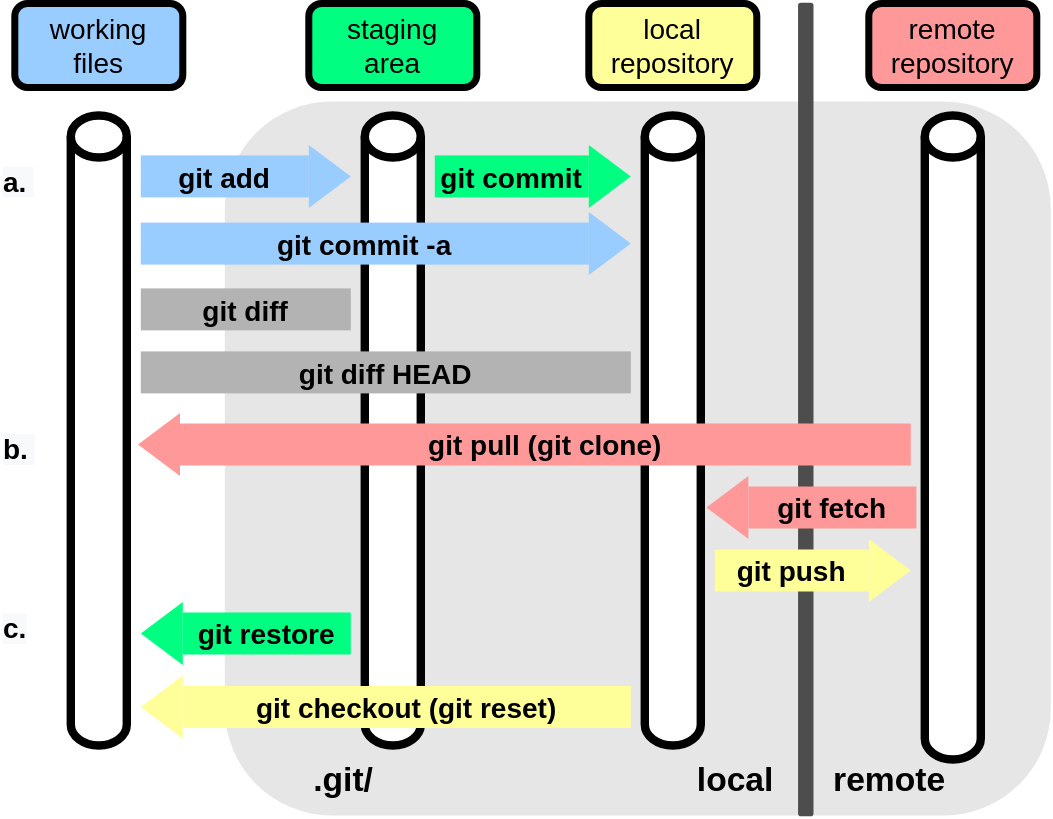
Earlier version of the draw.io export figures/git-cmdline/git-remote.svg (merely-useful/py-rse). Source tidied: cells renumbered, new cells last; positions are measured from the earlier drawing's top-left corner, leaving out a move shared by most shapes. Its diagram source:
```xml
<mxGraphModel>
  <root>
    <mxCell id="0" />
    <mxCell id="1" parent="0" />
    <mxCell id="2" style="rounded=1;whiteSpace=wrap;html=1;strokeColor=none;fillColor=#E6E6E6;" parent="1" vertex="1">
      <mxGeometry x="160" y="70" width="590" height="510" as="geometry" />
    </mxCell>
    <mxCell id="3" style="rounded=1;whiteSpace=wrap;html=1;fillColor=#4D4D4D;strokeColor=#4D4D4D;" parent="1" vertex="1">
      <mxGeometry x="570" width="10" height="580" as="geometry" />
    </mxCell>
    <mxCell id="4" value="&lt;b&gt;&lt;font style=&quot;font-size: 24px&quot;&gt;.git/&lt;/font&gt;&lt;/b&gt;" style="rounded=1;whiteSpace=wrap;html=1;strokeWidth=5;strokeColor=none;fillColor=none;" parent="1" vertex="1">
      <mxGeometry x="210" y="535" width="70" height="40" as="geometry" />
    </mxCell>
    <mxCell id="5" style="group;" parent="1" vertex="1">
      <mxGeometry x="280" y="55" width="140" height="45" as="geometry" />
    </mxCell>
    <mxCell id="6" style="group;" parent="5" vertex="1">
      <mxGeometry x="60" y="46" width="110" height="45" as="geometry" />
    </mxCell>
    <mxCell id="7" value="&lt;b style=&quot;font-family: &amp;#34;helvetica&amp;#34; ; font-size: 20px&quot;&gt;git commit&lt;/b&gt;" style="rounded=0;whiteSpace=wrap;html=1;fillColor=#00FF80;strokeColor=none;" parent="6" vertex="1">
      <mxGeometry x="-30" y="7.5" width="110" height="30" as="geometry" />
    </mxCell>
    <mxCell id="8" style="triangle;whiteSpace=wrap;html=1;fillColor=#00FF80;strokeColor=none;" parent="6" vertex="1">
      <mxGeometry x="80" width="30" height="45" as="geometry" />
    </mxCell>
    <mxCell id="9" value="&lt;span style=&quot;font-size: 20px&quot;&gt;staging&lt;br&gt;area&lt;/span&gt;" style="rounded=1;whiteSpace=wrap;html=1;strokeWidth=5;fillColor=#00FF80;" parent="1" vertex="1">
      <mxGeometry x="220" width="120" height="60" as="geometry" />
    </mxCell>
    <mxCell id="10" value="&lt;span style=&quot;font-size: 20px&quot;&gt;local repository&lt;/span&gt;" style="rounded=1;whiteSpace=wrap;html=1;strokeWidth=5;fillColor=#FFFF99;" parent="1" vertex="1">
      <mxGeometry x="420" width="120" height="60" as="geometry" />
    </mxCell>
    <mxCell id="11" value="&lt;span style=&quot;font-size: 20px&quot;&gt;remote repository&lt;/span&gt;" style="rounded=1;whiteSpace=wrap;html=1;strokeWidth=5;fillColor=#FF9999;" parent="1" vertex="1">
      <mxGeometry x="620" width="120" height="60" as="geometry" />
    </mxCell>
    <mxCell id="12" style="shape=cylinder3;whiteSpace=wrap;html=1;boundedLbl=1;backgroundOutline=1;size=15;rounded=0;strokeWidth=6;" parent="1" vertex="1">
      <mxGeometry x="660" y="80" width="40" height="460" as="geometry" />
    </mxCell>
    <mxCell id="13" style="shape=cylinder3;whiteSpace=wrap;html=1;boundedLbl=1;backgroundOutline=1;size=15;rounded=0;strokeWidth=6;" parent="1" vertex="1">
      <mxGeometry x="460" y="80" width="40" height="450" as="geometry" />
    </mxCell>
    <mxCell id="14" style="shape=cylinder3;whiteSpace=wrap;html=1;boundedLbl=1;backgroundOutline=1;size=15;rounded=0;strokeWidth=6;" parent="1" vertex="1">
      <mxGeometry x="260" y="80" width="40" height="450" as="geometry" />
    </mxCell>
    <mxCell id="15" style="group;" parent="1" vertex="1">
      <mxGeometry x="140" y="101" width="110" height="45" as="geometry" />
    </mxCell>
    <mxCell id="16" value="&lt;b style=&quot;font-family: &amp;#34;helvetica&amp;#34; ; font-size: 20px&quot;&gt;git add&lt;/b&gt;" style="rounded=0;whiteSpace=wrap;html=1;fillColor=#99CCFF;strokeColor=none;" parent="15" vertex="1">
      <mxGeometry x="-40" y="7.5" width="120" height="30" as="geometry" />
    </mxCell>
    <mxCell id="17" style="triangle;whiteSpace=wrap;html=1;fillColor=#99CCFF;strokeColor=none;" parent="15" vertex="1">
      <mxGeometry x="80" width="30" height="45" as="geometry" />
    </mxCell>
    <mxCell id="18" style="group;" parent="1" vertex="1">
      <mxGeometry x="340" y="151" width="110" height="45" as="geometry" />
    </mxCell>
    <mxCell id="19" style="group;" parent="18" vertex="1">
      <mxGeometry x="-240" width="350" height="45" as="geometry" />
    </mxCell>
    <mxCell id="20" value="&lt;b style=&quot;font-family: &amp;#34;helvetica&amp;#34; ; font-size: 20px&quot;&gt;git commit -a&lt;/b&gt;" style="rounded=0;whiteSpace=wrap;html=1;fillColor=#99CCFF;strokeColor=none;" parent="19" vertex="1">
      <mxGeometry y="5.5" width="320" height="30" as="geometry" />
    </mxCell>
    <mxCell id="21" value="&lt;span style=&quot;color: rgba(0 , 0 , 0 , 0) ; font-family: monospace ; font-size: 0px&quot;&gt;%3CmxGraphModel%3E%3Croot%3E%3CmxCell%20id%3D%220%22%2F%3E%3CmxCell%20id%3D%221%22%20parent%3D%220%22%2F%3E%3CmxCell%20id%3D%222%22%20value%3D%22%22%20style%3D%22group%22%20vertex%3D%221%22%20connectable%3D%220%22%20parent%3D%221%22%3E%3CmxGeometry%20x%3D%22500%22%20y%3D%22170%22%20width%3D%22110%22%20height%3D%2245%22%20as%3D%22geometry%22%2F%3E%3C%2FmxCell%3E%3CmxCell%20id%3D%223%22%20value%3D%22%22%20style%3D%22rounded%3D0%3BwhiteSpace%3Dwrap%3Bhtml%3D1%3BfillColor%3D%23dae8fc%3BstrokeColor%3Dnone%3B%22%20vertex%3D%221%22%20parent%3D%222%22%3E%3CmxGeometry%20x%3D%22-240%22%20y%3D%227.5%22%20width%3D%22320%22%20height%3D%2230%22%20as%3D%22geometry%22%2F%3E%3C%2FmxCell%3E%3CmxCell%20id%3D%224%22%20value%3D%22%22%20style%3D%22triangle%3BwhiteSpace%3Dwrap%3Bhtml%3D1%3BfillColor%3D%23dae8fc%3BstrokeColor%3Dnone%3B%22%20vertex%3D%221%22%20parent%3D%222%22%3E%3CmxGeometry%20x%3D%2280%22%20width%3D%2230%22%20height%3D%2245%22%20as%3D%22geometry%22%2F%3E%3C%2FmxCell%3E%3C%2Froot%3E%3C%2FmxGraphModel%3E&lt;/span&gt;" style="triangle;whiteSpace=wrap;html=1;fillColor=#99CCFF;strokeColor=none;" parent="19" vertex="1">
      <mxGeometry x="320" y="-2" width="30" height="45" as="geometry" />
    </mxCell>
    <mxCell id="22" value="&lt;b style=&quot;font-family: &amp;#34;helvetica&amp;#34; ; font-size: 20px&quot;&gt;git diff&lt;/b&gt;" style="rounded=0;whiteSpace=wrap;html=1;fillColor=#B3B3B3;strokeColor=none;" parent="1" vertex="1">
      <mxGeometry x="100" y="203.5" width="150" height="30" as="geometry" />
    </mxCell>
    <mxCell id="23" style="shape=cylinder3;whiteSpace=wrap;html=1;boundedLbl=1;backgroundOutline=1;size=15;rounded=0;strokeWidth=6;" parent="1" vertex="1">
      <mxGeometry x="50" y="80" width="40" height="450" as="geometry" />
    </mxCell>
    <mxCell id="24" value="&lt;font style=&quot;font-size: 20px&quot;&gt;working &lt;br&gt;files&lt;/font&gt;" style="rounded=1;whiteSpace=wrap;html=1;strokeWidth=5;fillColor=#99CCFF;" parent="1" vertex="1">
      <mxGeometry x="10" width="120" height="60" as="geometry" />
    </mxCell>
    <mxCell id="25" value="&lt;b style=&quot;font-family: &amp;#34;helvetica&amp;#34; ; font-size: 20px&quot;&gt;git diff HEAD&lt;/b&gt;" style="rounded=0;whiteSpace=wrap;html=1;fillColor=#B3B3B3;strokeColor=none;" parent="1" vertex="1">
      <mxGeometry x="100" y="248.5" width="350" height="30" as="geometry" />
    </mxCell>
    <mxCell id="26" style="edgeStyle=orthogonalEdgeStyle;rounded=0;orthogonalLoop=1;jettySize=auto;html=1;exitX=0.5;exitY=1;exitDx=0;exitDy=0;exitPerimeter=0;strokeColor=#D5E8D4;strokeWidth=2;" parent="1" edge="1" source="23" target="23">
      <mxGeometry relative="1" as="geometry" />
    </mxCell>
    <mxCell id="27" value="&lt;b style=&quot;color: rgb(0 , 0 , 0) ; font-style: normal ; letter-spacing: normal ; text-align: center ; text-indent: 0px ; text-transform: none ; word-spacing: 0px ; background-color: rgb(248 , 249 , 250) ; font-family: &amp;#34;helvetica&amp;#34; ; font-size: 20px&quot;&gt;a.&amp;nbsp;&lt;br&gt;&lt;/b&gt;" style="text;whiteSpace=wrap;html=1;" parent="1" vertex="1">
      <mxGeometry y="108.5" width="20" height="30" as="geometry" />
    </mxCell>
    <mxCell id="28" value="&lt;b style=&quot;color: rgb(0 , 0 , 0) ; font-style: normal ; letter-spacing: normal ; text-align: center ; text-indent: 0px ; text-transform: none ; word-spacing: 0px ; background-color: rgb(248 , 249 , 250) ; font-family: &amp;#34;helvetica&amp;#34; ; font-size: 20px&quot;&gt;b.&amp;nbsp;&lt;br&gt;&lt;/b&gt;" style="text;whiteSpace=wrap;html=1;" parent="1" vertex="1">
      <mxGeometry y="300" width="20" height="30" as="geometry" />
    </mxCell>
    <mxCell id="29" value="&lt;b style=&quot;color: rgb(0 , 0 , 0) ; font-style: normal ; letter-spacing: normal ; text-align: center ; text-indent: 0px ; text-transform: none ; word-spacing: 0px ; background-color: rgb(248 , 249 , 250) ; font-family: &amp;#34;helvetica&amp;#34; ; font-size: 20px&quot;&gt;c.&lt;br&gt;&lt;/b&gt;" style="text;whiteSpace=wrap;html=1;" parent="1" vertex="1">
      <mxGeometry y="427.5" width="20" height="30" as="geometry" />
    </mxCell>
    <mxCell id="30" value="&lt;b style=&quot;font-family: &amp;#34;helvetica&amp;#34; ; font-size: 20px&quot;&gt;git pull (git clone)&lt;/b&gt;" style="rounded=0;whiteSpace=wrap;html=1;fillColor=#FF9999;strokeColor=none;" parent="1" vertex="1">
      <mxGeometry x="128" y="300" width="522" height="30" as="geometry" />
    </mxCell>
    <mxCell id="31" value="&lt;span style=&quot;color: rgba(0 , 0 , 0 , 0) ; font-family: monospace ; font-size: 0px&quot;&gt;%3CmxGraphModel%3E%3Croot%3E%3CmxCell%20id%3D%220%22%2F%3E%3CmxCell%20id%3D%221%22%20parent%3D%220%22%2F%3E%3CmxCell%20id%3D%222%22%20value%3D%22%22%20style%3D%22group%22%20vertex%3D%221%22%20connectable%3D%220%22%20parent%3D%221%22%3E%3CmxGeometry%20x%3D%22500%22%20y%3D%22170%22%20width%3D%22110%22%20height%3D%2245%22%20as%3D%22geometry%22%2F%3E%3C%2FmxCell%3E%3CmxCell%20id%3D%223%22%20value%3D%22%22%20style%3D%22rounded%3D0%3BwhiteSpace%3Dwrap%3Bhtml%3D1%3BfillColor%3D%23dae8fc%3BstrokeColor%3Dnone%3B%22%20vertex%3D%221%22%20parent%3D%222%22%3E%3CmxGeometry%20x%3D%22-240%22%20y%3D%227.5%22%20width%3D%22320%22%20height%3D%2230%22%20as%3D%22geometry%22%2F%3E%3C%2FmxCell%3E%3CmxCell%20id%3D%224%22%20value%3D%22%22%20style%3D%22triangle%3BwhiteSpace%3Dwrap%3Bhtml%3D1%3BfillColor%3D%23dae8fc%3BstrokeColor%3Dnone%3B%22%20vertex%3D%221%22%20parent%3D%222%22%3E%3CmxGeometry%20x%3D%2280%22%20width%3D%2230%22%20height%3D%2245%22%20as%3D%22geometry%22%2F%3E%3C%2FmxCell%3E%3C%2Froot%3E%3C%2FmxGraphModel%3E&lt;/span&gt;" style="triangle;whiteSpace=wrap;html=1;fillColor=#FF9999;direction=west;strokeColor=none;" parent="1" vertex="1">
      <mxGeometry x="98" y="292.5" width="30" height="45" as="geometry" />
    </mxCell>
    <mxCell id="32" value="&lt;b style=&quot;font-family: &amp;#34;helvetica&amp;#34; ; font-size: 20px&quot;&gt;git fetch&lt;/b&gt;" style="rounded=0;whiteSpace=wrap;html=1;fillColor=#FF9999;strokeColor=none;" parent="1" vertex="1">
      <mxGeometry x="534" y="345" width="120" height="30" as="geometry" />
    </mxCell>
    <mxCell id="33" value="&lt;span style=&quot;color: rgba(0 , 0 , 0 , 0) ; font-family: monospace ; font-size: 0px&quot;&gt;%3CmxGraphModel%3E%3Croot%3E%3CmxCell%20id%3D%220%22%2F%3E%3CmxCell%20id%3D%221%22%20parent%3D%220%22%2F%3E%3CmxCell%20id%3D%222%22%20value%3D%22%22%20style%3D%22group%22%20vertex%3D%221%22%20connectable%3D%220%22%20parent%3D%221%22%3E%3CmxGeometry%20x%3D%22500%22%20y%3D%22170%22%20width%3D%22110%22%20height%3D%2245%22%20as%3D%22geometry%22%2F%3E%3C%2FmxCell%3E%3CmxCell%20id%3D%223%22%20value%3D%22%22%20style%3D%22rounded%3D0%3BwhiteSpace%3Dwrap%3Bhtml%3D1%3BfillColor%3D%23dae8fc%3BstrokeColor%3Dnone%3B%22%20vertex%3D%221%22%20parent%3D%222%22%3E%3CmxGeometry%20x%3D%22-240%22%20y%3D%227.5%22%20width%3D%22320%22%20height%3D%2230%22%20as%3D%22geometry%22%2F%3E%3C%2FmxCell%3E%3CmxCell%20id%3D%224%22%20value%3D%22%22%20style%3D%22triangle%3BwhiteSpace%3Dwrap%3Bhtml%3D1%3BfillColor%3D%23dae8fc%3BstrokeColor%3Dnone%3B%22%20vertex%3D%221%22%20parent%3D%222%22%3E%3CmxGeometry%20x%3D%2280%22%20width%3D%2230%22%20height%3D%2245%22%20as%3D%22geometry%22%2F%3E%3C%2FmxCell%3E%3C%2Froot%3E%3C%2FmxGraphModel%3E&lt;/span&gt;" style="triangle;whiteSpace=wrap;html=1;fillColor=#FF9999;direction=west;strokeColor=none;" parent="1" vertex="1">
      <mxGeometry x="504" y="337.5" width="30" height="45" as="geometry" />
    </mxCell>
    <mxCell id="34" value="&lt;b style=&quot;font-family: &amp;#34;helvetica&amp;#34; ; font-size: 20px&quot;&gt;git push&lt;/b&gt;" style="rounded=0;whiteSpace=wrap;html=1;fillColor=#FFFF99;strokeColor=none;" parent="1" vertex="1">
      <mxGeometry x="510" y="390" width="110" height="30" as="geometry" />
    </mxCell>
    <mxCell id="35" style="triangle;whiteSpace=wrap;html=1;fillColor=#FFFF99;strokeColor=none;" parent="1" vertex="1">
      <mxGeometry x="620" y="382.5" width="30" height="45" as="geometry" />
    </mxCell>
    <mxCell id="36" value="&lt;b style=&quot;font-family: &amp;#34;helvetica&amp;#34; ; font-size: 20px&quot;&gt;git restore&lt;/b&gt;" style="rounded=0;whiteSpace=wrap;html=1;fillColor=#00FF80;strokeColor=none;" parent="1" vertex="1">
      <mxGeometry x="130" y="435" width="120" height="30" as="geometry" />
    </mxCell>
    <mxCell id="37" value="&lt;span style=&quot;color: rgba(0 , 0 , 0 , 0) ; font-family: monospace ; font-size: 0px&quot;&gt;%3CmxGraphModel%3E%3Croot%3E%3CmxCell%20id%3D%220%22%2F%3E%3CmxCell%20id%3D%221%22%20parent%3D%220%22%2F%3E%3CmxCell%20id%3D%222%22%20value%3D%22%22%20style%3D%22group%22%20vertex%3D%221%22%20connectable%3D%220%22%20parent%3D%221%22%3E%3CmxGeometry%20x%3D%22500%22%20y%3D%22170%22%20width%3D%22110%22%20height%3D%2245%22%20as%3D%22geometry%22%2F%3E%3C%2FmxCell%3E%3CmxCell%20id%3D%223%22%20value%3D%22%22%20style%3D%22rounded%3D0%3BwhiteSpace%3Dwrap%3Bhtml%3D1%3BfillColor%3D%23dae8fc%3BstrokeColor%3Dnone%3B%22%20vertex%3D%221%22%20parent%3D%222%22%3E%3CmxGeometry%20x%3D%22-240%22%20y%3D%227.5%22%20width%3D%22320%22%20height%3D%2230%22%20as%3D%22geometry%22%2F%3E%3C%2FmxCell%3E%3CmxCell%20id%3D%224%22%20value%3D%22%22%20style%3D%22triangle%3BwhiteSpace%3Dwrap%3Bhtml%3D1%3BfillColor%3D%23dae8fc%3BstrokeColor%3Dnone%3B%22%20vertex%3D%221%22%20parent%3D%222%22%3E%3CmxGeometry%20x%3D%2280%22%20width%3D%2230%22%20height%3D%2245%22%20as%3D%22geometry%22%2F%3E%3C%2FmxCell%3E%3C%2Froot%3E%3C%2FmxGraphModel%3E&lt;/span&gt;" style="triangle;whiteSpace=wrap;html=1;fillColor=#00FF80;direction=west;strokeColor=none;" parent="1" vertex="1">
      <mxGeometry x="100" y="427.5" width="30" height="45" as="geometry" />
    </mxCell>
    <mxCell id="38" value="&lt;b style=&quot;font-family: &amp;#34;helvetica&amp;#34; ; font-size: 20px&quot;&gt;git checkout (git reset)&lt;/b&gt;" style="rounded=0;whiteSpace=wrap;html=1;fillColor=#FFFF99;strokeColor=none;" parent="1" vertex="1">
      <mxGeometry x="130" y="487.5" width="320" height="30" as="geometry" />
    </mxCell>
    <mxCell id="39" value="&lt;span style=&quot;color: rgba(0 , 0 , 0 , 0) ; font-family: monospace ; font-size: 0px&quot;&gt;%3CmxGraphModel%3E%3Croot%3E%3CmxCell%20id%3D%220%22%2F%3E%3CmxCell%20id%3D%221%22%20parent%3D%220%22%2F%3E%3CmxCell%20id%3D%222%22%20value%3D%22%22%20style%3D%22group%22%20vertex%3D%221%22%20connectable%3D%220%22%20parent%3D%221%22%3E%3CmxGeometry%20x%3D%22500%22%20y%3D%22170%22%20width%3D%22110%22%20height%3D%2245%22%20as%3D%22geometry%22%2F%3E%3C%2FmxCell%3E%3CmxCell%20id%3D%223%22%20value%3D%22%22%20style%3D%22rounded%3D0%3BwhiteSpace%3Dwrap%3Bhtml%3D1%3BfillColor%3D%23dae8fc%3BstrokeColor%3Dnone%3B%22%20vertex%3D%221%22%20parent%3D%222%22%3E%3CmxGeometry%20x%3D%22-240%22%20y%3D%227.5%22%20width%3D%22320%22%20height%3D%2230%22%20as%3D%22geometry%22%2F%3E%3C%2FmxCell%3E%3CmxCell%20id%3D%224%22%20value%3D%22%22%20style%3D%22triangle%3BwhiteSpace%3Dwrap%3Bhtml%3D1%3BfillColor%3D%23dae8fc%3BstrokeColor%3Dnone%3B%22%20vertex%3D%221%22%20parent%3D%222%22%3E%3CmxGeometry%20x%3D%2280%22%20width%3D%2230%22%20height%3D%2245%22%20as%3D%22geometry%22%2F%3E%3C%2FmxCell%3E%3C%2Froot%3E%3C%2FmxGraphModel%3E&lt;/span&gt;" style="triangle;whiteSpace=wrap;html=1;fillColor=#FFFF99;direction=west;strokeColor=none;" parent="1" vertex="1">
      <mxGeometry x="100" y="480" width="30" height="45" as="geometry" />
    </mxCell>
    <mxCell id="40" value="&lt;b&gt;&lt;font style=&quot;font-size: 24px&quot;&gt;local&lt;/font&gt;&lt;/b&gt;" style="rounded=1;whiteSpace=wrap;html=1;strokeWidth=5;strokeColor=none;fillColor=none;" parent="1" vertex="1">
      <mxGeometry x="490" y="535" width="70" height="40" as="geometry" />
    </mxCell>
    <mxCell id="41" value="&lt;b&gt;&lt;font style=&quot;font-size: 24px&quot;&gt;remote&lt;/font&gt;&lt;/b&gt;" style="rounded=1;whiteSpace=wrap;html=1;strokeWidth=5;strokeColor=none;fillColor=none;" parent="1" vertex="1">
      <mxGeometry x="600" y="530" width="70" height="50" as="geometry" />
    </mxCell>
  </root>
</mxGraphModel>
```
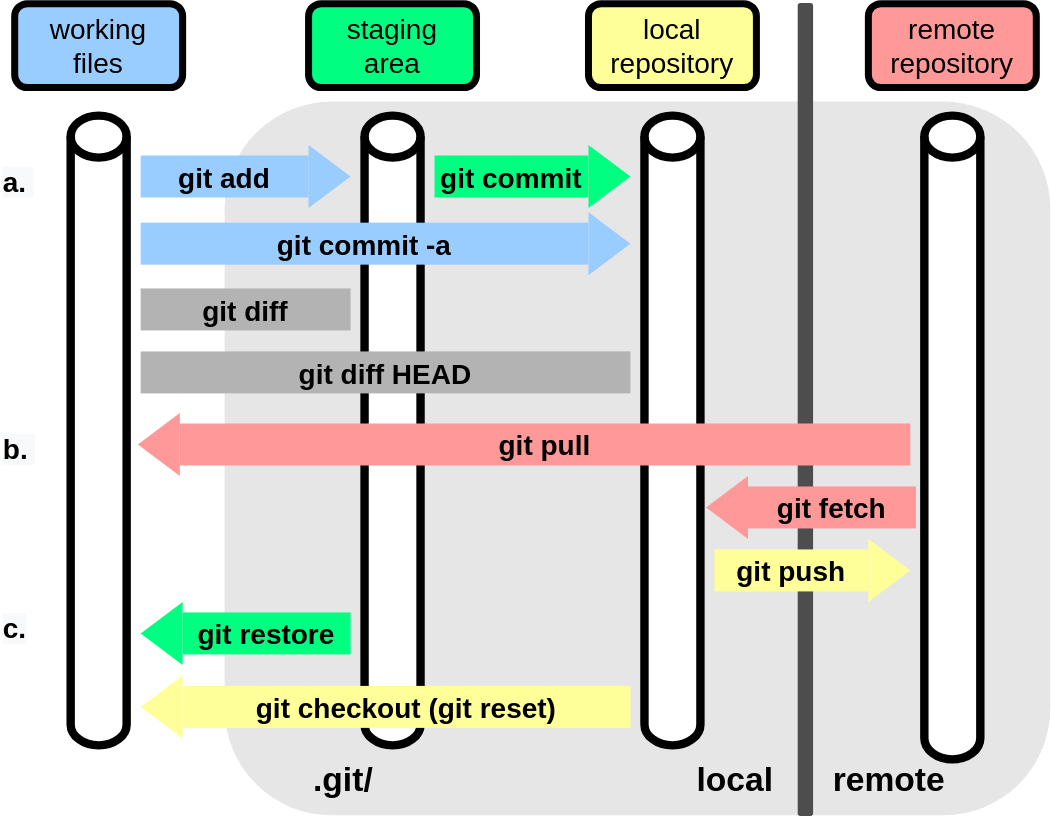
Later version of the same file.

Change to the diagram source:
```diff
@@ -86,7 +86,7 @@
     <mxCell id="29" value="&lt;b style=&quot;color: rgb(0 , 0 , 0) ; font-style: normal ; letter-spacing: normal ; text-align: center ; text-indent: 0px ; text-transform: none ; word-spacing: 0px ; background-color: rgb(248 , 249 , 250) ; font-family: &amp;#34;helvetica&amp;#34; ; font-size: 20px&quot;&gt;c.&lt;br&gt;&lt;/b&gt;" style="text;whiteSpace=wrap;html=1;" parent="1" vertex="1">
       <mxGeometry y="427.5" width="20" height="30" as="geometry" />
     </mxCell>
-    <mxCell id="30" value="&lt;b style=&quot;font-family: &amp;#34;helvetica&amp;#34; ; font-size: 20px&quot;&gt;git pull (git clone)&lt;/b&gt;" style="rounded=0;whiteSpace=wrap;html=1;fillColor=#FF9999;strokeColor=none;" parent="1" vertex="1">
+    <mxCell id="30" value="&lt;b style=&quot;font-family: &amp;#34;helvetica&amp;#34; ; font-size: 20px&quot;&gt;git pull&lt;/b&gt;" style="rounded=0;whiteSpace=wrap;html=1;fillColor=#FF9999;strokeColor=none;" parent="1" vertex="1">
       <mxGeometry x="128" y="300" width="522" height="30" as="geometry" />
     </mxCell>
     <mxCell id="31" value="&lt;span style=&quot;color: rgba(0 , 0 , 0 , 0) ; font-family: monospace ; font-size: 0px&quot;&gt;%3CmxGraphModel%3E%3Croot%3E%3CmxCell%20id%3D%220%22%2F%3E%3CmxCell%20id%3D%221%22%20parent%3D%220%22%2F%3E%3CmxCell%20id%3D%222%22%20value%3D%22%22%20style%3D%22group%22%20vertex%3D%221%22%20connectable%3D%220%22%20parent%3D%221%22%3E%3CmxGeometry%20x%3D%22500%22%20y%3D%22170%22%20width%3D%22110%22%20height%3D%2245%22%20as%3D%22geometry%22%2F%3E%3C%2FmxCell%3E%3CmxCell%20id%3D%223%22%20value%3D%22%22%20style%3D%22rounded%3D0%3BwhiteSpace%3Dwrap%3Bhtml%3D1%3BfillColor%3D%23dae8fc%3BstrokeColor%3Dnone%3B%22%20vertex%3D%221%22%20parent%3D%222%22%3E%3CmxGeometry%20x%3D%22-240%22%20y%3D%227.5%22%20width%3D%22320%22%20height%3D%2230%22%20as%3D%22geometry%22%2F%3E%3C%2FmxCell%3E%3CmxCell%20id%3D%224%22%20value%3D%22%22%20style%3D%22triangle%3BwhiteSpace%3Dwrap%3Bhtml%3D1%3BfillColor%3D%23dae8fc%3BstrokeColor%3Dnone%3B%22%20vertex%3D%221%22%20parent%3D%222%22%3E%3CmxGeometry%20x%3D%2280%22%20width%3D%2230%22%20height%3D%2245%22%20as%3D%22geometry%22%2F%3E%3C%2FmxCell%3E%3C%2Froot%3E%3C%2FmxGraphModel%3E&lt;/span&gt;" style="triangle;whiteSpace=wrap;html=1;fillColor=#FF9999;direction=west;strokeColor=none;" parent="1" vertex="1">
```
